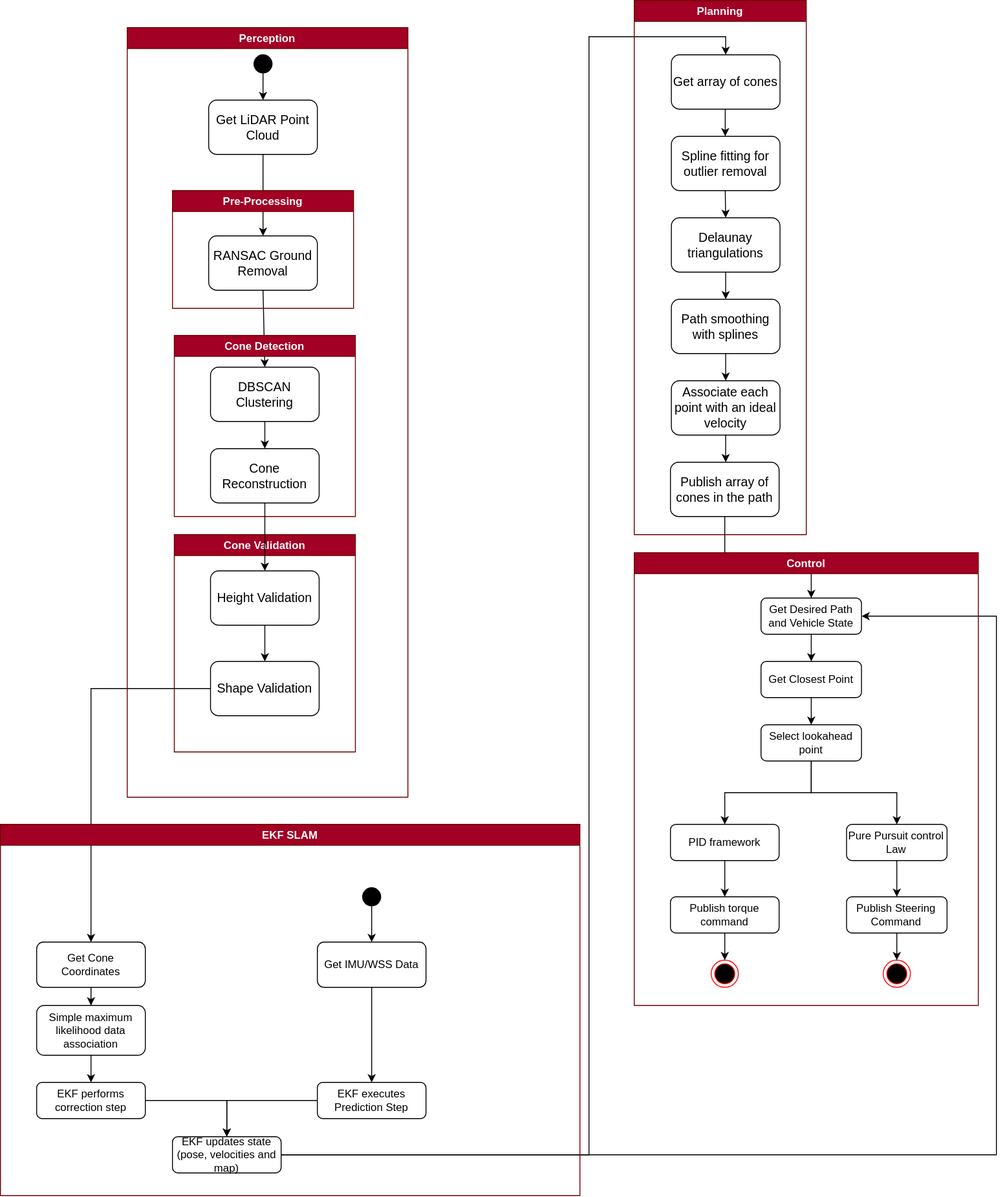
Before: docs/diagrams/full-control-flow.drawio.svg, a diagram exported from draw.io (fs-feup/autonomous-systems). Source tidied: cells renumbered, new cells last; positions are measured from the earlier drawing's top-left corner, leaving out a move shared by most shapes.
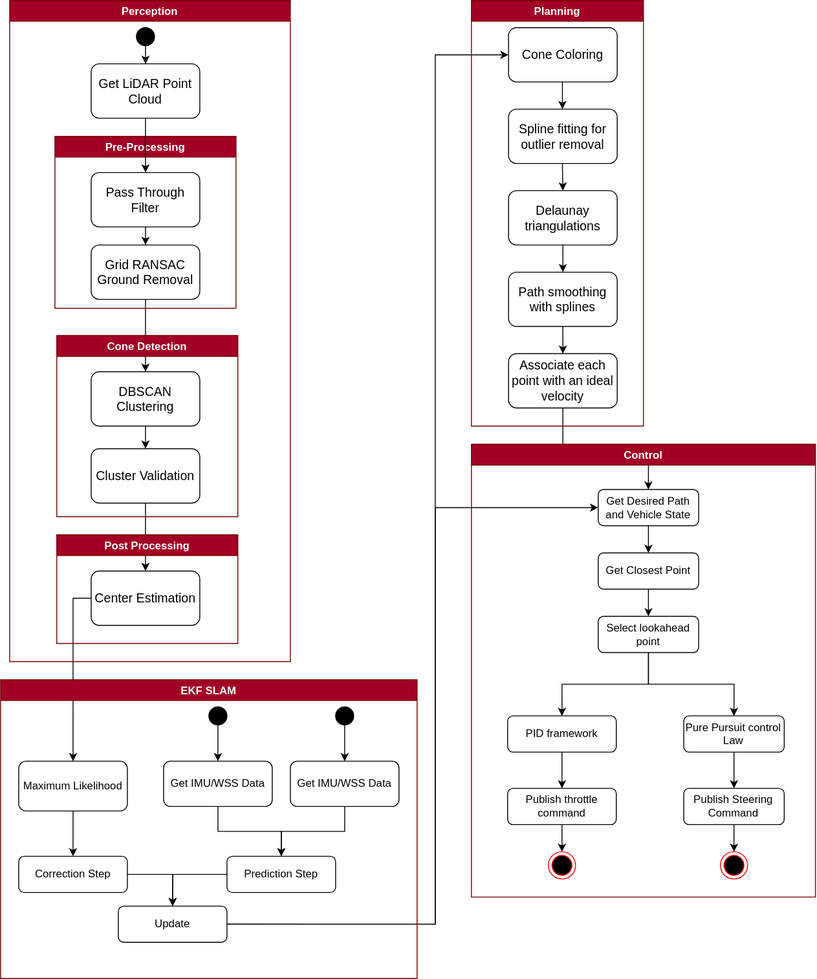
The same diagram one commit later.

Commit message:
fix: diagram updates and execution time metrics fix

Diff of the diagram source:
```diff
@@ -4,5 +4,2 @@
     <mxCell id="1" parent="0" />
-    <mxCell id="2" style="endArrow=classic;html=1;rounded=0;exitX=0.5;exitY=1;exitDx=0;exitDy=0;" parent="1" edge="1" source="4" target="42">
-      <mxGeometry relative="1" as="geometry" />
-    </mxCell>
     <mxCell id="3" style="endArrow=classic;html=1;rounded=0;exitX=0.5;exitY=1;exitDx=0;exitDy=0;entryX=0.5;entryY=0;entryDx=0;entryDy=0;" parent="1" edge="1" source="42" target="75">
@@ -10,50 +7,10 @@
     </mxCell>
-    <mxCell id="4" value="&lt;font style=&quot;font-size: 14px;&quot;&gt;Get LiDAR Point Cloud&lt;/font&gt;" style="rounded=1;whiteSpace=wrap;html=1;" parent="1" vertex="1">
-      <mxGeometry x="230" y="110" width="120" height="60" as="geometry" />
-    </mxCell>
-    <mxCell id="5" style="edgeStyle=orthogonalEdgeStyle;rounded=0;jettySize=auto;html=1;" parent="1" edge="1" source="6" target="4">
-      <mxGeometry relative="1" as="geometry" />
-    </mxCell>
-    <mxCell id="6" style="ellipse;whiteSpace=wrap;html=1;fillColor=#000000;" parent="1" vertex="1">
-      <mxGeometry x="280" y="60" width="20" height="20" as="geometry" />
-    </mxCell>
-    <mxCell id="7" style="edgeStyle=orthogonalEdgeStyle;rounded=0;jettySize=auto;html=1;entryX=0.5;entryY=0;entryDx=0;entryDy=0;" parent="1" edge="1" source="80" target="9">
+    <mxCell id="7" style="edgeStyle=orthogonalEdgeStyle;rounded=0;jettySize=auto;html=1;entryX=0.5;entryY=0;entryDx=0;entryDy=0;exitX=0;exitY=0.5;exitDx=0;exitDy=0;" parent="1" edge="1" source="79" target="15">
       <mxGeometry relative="1" as="geometry" />
     </mxCell>
-    <mxCell id="8" style="edgeStyle=orthogonalEdgeStyle;rounded=0;jettySize=auto;html=1;entryX=0.5;entryY=0;entryDx=0;entryDy=0;" parent="1" edge="1" source="9" target="15">
-      <mxGeometry relative="1" as="geometry" />
-    </mxCell>
-    <mxCell id="9" value="Get Cone Coordinates" style="rounded=1;whiteSpace=wrap;html=1;fontSize=12;glass=0;strokeWidth=1;shadow=0;" parent="1" vertex="1">
-      <mxGeometry x="40" y="1040" width="120" height="50" as="geometry" />
-    </mxCell>
-    <mxCell id="10" style="edgeStyle=orthogonalEdgeStyle;rounded=0;jettySize=auto;html=1;entryX=0.5;entryY=0;entryDx=0;entryDy=0;" parent="1" edge="1" source="11" target="13">
-      <mxGeometry relative="1" as="geometry" />
-    </mxCell>
-    <mxCell id="11" value="Get IMU/WSS Data" style="rounded=1;whiteSpace=wrap;html=1;fontSize=12;glass=0;strokeWidth=1;shadow=0;" parent="1" vertex="1">
-      <mxGeometry x="350" y="1040" width="120" height="50" as="geometry" />
-    </mxCell>
-    <mxCell id="12" style="edgeStyle=orthogonalEdgeStyle;rounded=0;jettySize=auto;html=1;entryX=0.5;entryY=0;entryDx=0;entryDy=0;" parent="1" edge="1" source="13" target="20">
-      <mxGeometry relative="1" as="geometry" />
-    </mxCell>
-    <mxCell id="13" value="EKF executes Prediction Step" style="rounded=1;whiteSpace=wrap;html=1;fontSize=12;glass=0;strokeWidth=1;shadow=0;" parent="1" vertex="1">
-      <mxGeometry x="350" y="1195" width="120" height="40" as="geometry" />
-    </mxCell>
-    <mxCell id="14" style="edgeStyle=orthogonalEdgeStyle;rounded=0;jettySize=auto;html=1;entryX=0.5;entryY=0;entryDx=0;entryDy=0;" parent="1" edge="1" source="15" target="17">
-      <mxGeometry relative="1" as="geometry" />
-    </mxCell>
-    <mxCell id="15" value="Simple maximum likelihood data association" style="rounded=1;whiteSpace=wrap;html=1;fontSize=12;glass=0;strokeWidth=1;shadow=0;" parent="1" vertex="1">
-      <mxGeometry x="40" y="1110" width="120" height="55" as="geometry" />
-    </mxCell>
-    <mxCell id="16" style="edgeStyle=orthogonalEdgeStyle;rounded=0;jettySize=auto;html=1;entryX=0.5;entryY=0;entryDx=0;entryDy=0;" parent="1" edge="1" source="17" target="20">
-      <mxGeometry relative="1" as="geometry" />
-    </mxCell>
-    <mxCell id="17" value="EKF performs correction step" style="rounded=1;whiteSpace=wrap;html=1;fontSize=12;glass=0;strokeWidth=1;shadow=0;" parent="1" vertex="1">
-      <mxGeometry x="40" y="1195" width="120" height="40" as="geometry" />
-    </mxCell>
-    <mxCell id="18" style="edgeStyle=orthogonalEdgeStyle;rounded=0;jettySize=auto;html=1;entryX=0.5;entryY=0;entryDx=0;entryDy=0;" parent="1" edge="1" source="20" target="34">
+    <mxCell id="18" style="edgeStyle=orthogonalEdgeStyle;rounded=0;jettySize=auto;html=1;entryX=0;entryY=0.5;entryDx=0;entryDy=0;" parent="1" edge="1" source="20" target="34">
       <mxGeometry relative="1" as="geometry">
         <Array as="points">
-          <mxPoint x="650" y="1275" />
-          <mxPoint x="650" y="40" />
-          <mxPoint x="801" y="40" />
+          <mxPoint x="660" y="1140" />
+          <mxPoint x="660" y="180" />
         </Array>
@@ -61,7 +18,7 @@
     </mxCell>
-    <mxCell id="19" style="edgeStyle=orthogonalEdgeStyle;rounded=0;jettySize=auto;html=1;entryX=1;entryY=0.5;entryDx=0;entryDy=0;" parent="1" edge="1" source="20" target="62">
+    <mxCell id="19" style="edgeStyle=orthogonalEdgeStyle;rounded=0;jettySize=auto;html=1;entryX=0;entryY=0.5;entryDx=0;entryDy=0;exitX=1;exitY=0.5;exitDx=0;exitDy=0;" parent="1" edge="1" source="20" target="62">
       <mxGeometry relative="1" as="geometry">
         <Array as="points">
-          <mxPoint x="1100" y="1275" />
-          <mxPoint x="1100" y="680" />
+          <mxPoint x="660" y="1140" />
+          <mxPoint x="660" y="680" />
         </Array>
@@ -69,14 +26,2 @@
     </mxCell>
-    <mxCell id="20" value="EKF updates state (pose, velocities and map)" style="rounded=1;whiteSpace=wrap;html=1;fontSize=12;glass=0;strokeWidth=1;shadow=0;" parent="1" vertex="1">
-      <mxGeometry x="190" y="1255" width="120" height="40" as="geometry" />
-    </mxCell>
-    <mxCell id="21" style="edgeStyle=orthogonalEdgeStyle;rounded=0;orthogonalLoop=1;jettySize=auto;html=1;exitX=0.5;exitY=1;exitDx=0;exitDy=0;" parent="1" edge="1" source="13" target="13">
-      <mxGeometry relative="1" as="geometry" />
-    </mxCell>
-    <mxCell id="22" style="edgeStyle=orthogonalEdgeStyle;rounded=0;jettySize=auto;html=1;entryX=0.5;entryY=0;entryDx=0;entryDy=0;" parent="1" edge="1" source="23" target="11">
-      <mxGeometry relative="1" as="geometry" />
-    </mxCell>
-    <mxCell id="23" style="ellipse;whiteSpace=wrap;html=1;fillColor=#000000;" parent="1" vertex="1">
-      <mxGeometry x="400" y="980" width="20" height="20" as="geometry" />
-    </mxCell>
     <mxCell id="24" style="ellipse;html=1;shape=endState;fillColor=#000000;strokeColor=#ff0000;" parent="1" vertex="1">
@@ -89,4 +34,4 @@
       <mxGeometry relative="1" as="geometry">
-        <mxPoint x="800.5" y="70" as="sourcePoint" />
-        <mxPoint x="800.5" y="150" as="targetPoint" />
+        <mxPoint x="800.5" y="160" as="sourcePoint" />
+        <mxPoint x="800.5" y="240" as="targetPoint" />
       </mxGeometry>
@@ -94,6 +39,6 @@
     <mxCell id="27" value="&lt;span style=&quot;font-size: 14px;&quot;&gt;Spline fitting for outlier removal&lt;/span&gt;" style="rounded=1;whiteSpace=wrap;html=1;" parent="1" vertex="1">
-      <mxGeometry x="741" y="150" width="120" height="60" as="geometry" />
+      <mxGeometry x="741" y="240" width="120" height="60" as="geometry" />
     </mxCell>
     <mxCell id="28" value="&lt;div style=&quot;font-size: 14px;&quot;&gt;Delaunay triangulations&lt;br&gt;&lt;/div&gt;" style="rounded=1;whiteSpace=wrap;html=1;" parent="1" vertex="1">
-      <mxGeometry x="741" y="240" width="120" height="60" as="geometry" />
+      <mxGeometry x="741" y="330" width="120" height="60" as="geometry" />
     </mxCell>
@@ -101,4 +46,4 @@
       <mxGeometry relative="1" as="geometry">
-        <mxPoint x="800.5" y="210" as="sourcePoint" />
-        <mxPoint x="801" y="240" as="targetPoint" />
+        <mxPoint x="800.5" y="300" as="sourcePoint" />
+        <mxPoint x="801" y="330" as="targetPoint" />
       </mxGeometry>
@@ -106,3 +51,3 @@
     <mxCell id="30" value="&lt;font style=&quot;font-size: 14px;&quot;&gt;Path smoothing with splines&lt;/font&gt;" style="rounded=1;whiteSpace=wrap;html=1;" parent="1" vertex="1">
-      <mxGeometry x="741" y="330" width="120" height="60" as="geometry" />
+      <mxGeometry x="741" y="420" width="120" height="60" as="geometry" />
     </mxCell>
@@ -111,4 +56,7 @@
     </mxCell>
+    <mxCell id="83" style="edgeStyle=orthogonalEdgeStyle;rounded=0;jettySize=auto;html=1;entryX=0.5;entryY=0;entryDx=0;entryDy=0;" parent="1" edge="1" source="32" target="62">
+      <mxGeometry relative="1" as="geometry" />
+    </mxCell>
     <mxCell id="32" value="&lt;font style=&quot;font-size: 14px;&quot;&gt;Associate each point with an ideal velocity&lt;/font&gt;" style="rounded=1;whiteSpace=wrap;html=1;" parent="1" vertex="1">
-      <mxGeometry x="741" y="420" width="120" height="60" as="geometry" />
+      <mxGeometry x="741" y="510" width="120" height="60" as="geometry" />
     </mxCell>
@@ -117,19 +65,7 @@
     </mxCell>
-    <mxCell id="34" value="&lt;font style=&quot;font-size: 14px;&quot;&gt;Get array of cones&lt;/font&gt;" style="rounded=1;whiteSpace=wrap;html=1;" parent="1" vertex="1">
-      <mxGeometry x="741" y="60" width="120" height="60" as="geometry" />
+    <mxCell id="34" value="&lt;font style=&quot;font-size: 14px;&quot;&gt;Cone Coloring&lt;/font&gt;" style="rounded=1;whiteSpace=wrap;html=1;" parent="1" vertex="1">
+      <mxGeometry x="741" y="150" width="120" height="60" as="geometry" />
     </mxCell>
-    <mxCell id="35" style="edgeStyle=orthogonalEdgeStyle;rounded=0;jettySize=auto;html=1;entryX=0.5;entryY=0;entryDx=0;entryDy=0;" parent="1" edge="1" source="36" target="62">
-      <mxGeometry relative="1" as="geometry" />
-    </mxCell>
-    <mxCell id="36" value="&lt;font style=&quot;font-size: 14px;&quot;&gt;Publish array of cones in the path&lt;/font&gt;" style="rounded=1;whiteSpace=wrap;html=1;" parent="1" vertex="1">
-      <mxGeometry x="740" y="510" width="120" height="60" as="geometry" />
-    </mxCell>
-    <mxCell id="37" style="endArrow=classic;html=1;rounded=0;" parent="1" edge="1">
-      <mxGeometry relative="1" as="geometry">
-        <mxPoint x="801" y="480" as="sourcePoint" />
-        <mxPoint x="801" y="510" as="targetPoint" />
-      </mxGeometry>
-    </mxCell>
     <mxCell id="38" value="Perception" style="swimlane;fillColor=#a20025;strokeColor=#6F0000;fontColor=#ffffff;" parent="1" vertex="1">
-      <mxGeometry x="140" y="30" width="310" height="850" as="geometry" />
+      <mxGeometry x="190" y="120" width="310" height="730" as="geometry" />
     </mxCell>
@@ -150,7 +86,13 @@
     </mxCell>
-    <mxCell id="42" value="&lt;div style=&quot;font-size: 14px;&quot;&gt;RANSAC Ground Removal&lt;/div&gt;" style="rounded=1;whiteSpace=wrap;html=1;" parent="38" vertex="1">
-      <mxGeometry x="90" y="230" width="120" height="60" as="geometry" />
-    </mxCell>
+    <mxCell id="6" style="ellipse;whiteSpace=wrap;html=1;fillColor=#000000;" parent="38" vertex="1">
+      <mxGeometry x="140" y="30" width="20" height="20" as="geometry" />
+    </mxCell>
+    <mxCell id="4" value="&lt;font style=&quot;font-size: 14px;&quot;&gt;Get LiDAR Point Cloud&lt;/font&gt;" style="rounded=1;whiteSpace=wrap;html=1;" parent="38" vertex="1">
+      <mxGeometry x="90" y="70" width="120" height="60" as="geometry" />
+    </mxCell>
+    <mxCell id="5" style="edgeStyle=orthogonalEdgeStyle;rounded=0;jettySize=auto;html=1;" parent="38" edge="1" source="6" target="4">
+      <mxGeometry relative="1" as="geometry" />
+    </mxCell>
     <mxCell id="43" value="EKF SLAM" style="swimlane;fillColor=#a20025;strokeColor=#6F0000;fontColor=#ffffff;" parent="1" vertex="1">
-      <mxGeometry y="910" width="640" height="410" as="geometry" />
+      <mxGeometry x="180" y="870" width="460" height="330" as="geometry" />
     </mxCell>
@@ -171,4 +113,52 @@
     </mxCell>
+    <mxCell id="14" style="edgeStyle=orthogonalEdgeStyle;rounded=0;jettySize=auto;html=1;entryX=0.5;entryY=0;entryDx=0;entryDy=0;" parent="43" edge="1" source="15" target="17">
+      <mxGeometry relative="1" as="geometry" />
+    </mxCell>
+    <mxCell id="15" value="Maximum Likelihood" style="rounded=1;whiteSpace=wrap;html=1;fontSize=12;glass=0;strokeWidth=1;shadow=0;" parent="43" vertex="1">
+      <mxGeometry x="20" y="90" width="120" height="55" as="geometry" />
+    </mxCell>
+    <mxCell id="16" style="edgeStyle=orthogonalEdgeStyle;rounded=0;jettySize=auto;html=1;entryX=0.5;entryY=0;entryDx=0;entryDy=0;exitX=1;exitY=0.5;exitDx=0;exitDy=0;" parent="43" edge="1" source="17" target="20">
+      <mxGeometry relative="1" as="geometry" />
+    </mxCell>
+    <mxCell id="17" value="Correction Step" style="rounded=1;whiteSpace=wrap;html=1;fontSize=12;glass=0;strokeWidth=1;shadow=0;" parent="43" vertex="1">
+      <mxGeometry x="20" y="195" width="120" height="40" as="geometry" />
+    </mxCell>
+    <mxCell id="13" value="Prediction Step" style="rounded=1;whiteSpace=wrap;html=1;fontSize=12;glass=0;strokeWidth=1;shadow=0;" parent="43" vertex="1">
+      <mxGeometry x="250" y="195" width="120" height="40" as="geometry" />
+    </mxCell>
+    <mxCell id="21" style="edgeStyle=orthogonalEdgeStyle;rounded=0;orthogonalLoop=1;jettySize=auto;html=1;exitX=0.5;exitY=1;exitDx=0;exitDy=0;" parent="43" edge="1" source="13" target="13">
+      <mxGeometry relative="1" as="geometry" />
+    </mxCell>
+    <mxCell id="84" style="edgeStyle=orthogonalEdgeStyle;rounded=0;jettySize=auto;html=1;entryX=0.5;entryY=0;entryDx=0;entryDy=0;" parent="43" edge="1" source="85" target="13">
+      <mxGeometry relative="1" as="geometry" />
+    </mxCell>
+    <mxCell id="20" value="Update" style="rounded=1;whiteSpace=wrap;html=1;fontSize=12;glass=0;strokeWidth=1;shadow=0;" parent="43" vertex="1">
+      <mxGeometry x="130" y="250" width="120" height="40" as="geometry" />
+    </mxCell>
+    <mxCell id="12" style="edgeStyle=orthogonalEdgeStyle;rounded=0;jettySize=auto;html=1;entryX=0.5;entryY=0;entryDx=0;entryDy=0;exitX=0;exitY=0.5;exitDx=0;exitDy=0;" parent="43" edge="1" source="13" target="20">
+      <mxGeometry relative="1" as="geometry" />
+    </mxCell>
+    <mxCell id="11" value="Get IMU/WSS Data" style="rounded=1;whiteSpace=wrap;html=1;fontSize=12;glass=0;strokeWidth=1;shadow=0;" parent="43" vertex="1">
+      <mxGeometry x="180" y="90" width="120" height="50" as="geometry" />
+    </mxCell>
+    <mxCell id="22" style="edgeStyle=orthogonalEdgeStyle;rounded=0;jettySize=auto;html=1;entryX=0.5;entryY=0;entryDx=0;entryDy=0;" parent="43" edge="1" source="23" target="11">
+      <mxGeometry relative="1" as="geometry" />
+    </mxCell>
+    <mxCell id="23" style="ellipse;whiteSpace=wrap;html=1;fillColor=#000000;" parent="43" vertex="1">
+      <mxGeometry x="230" y="30" width="20" height="20" as="geometry" />
+    </mxCell>
+    <mxCell id="10" style="edgeStyle=orthogonalEdgeStyle;rounded=0;jettySize=auto;html=1;entryX=0.5;entryY=0;entryDx=0;entryDy=0;" parent="43" edge="1" source="11" target="13">
+      <mxGeometry relative="1" as="geometry" />
+    </mxCell>
+    <mxCell id="85" value="Get IMU/WSS Data" style="rounded=1;whiteSpace=wrap;html=1;fontSize=12;glass=0;strokeWidth=1;shadow=0;" parent="43" vertex="1">
+      <mxGeometry x="320" y="90" width="120" height="50" as="geometry" />
+    </mxCell>
+    <mxCell id="86" style="edgeStyle=orthogonalEdgeStyle;rounded=0;jettySize=auto;html=1;" parent="43" edge="1" source="87" target="85">
+      <mxGeometry relative="1" as="geometry" />
+    </mxCell>
+    <mxCell id="87" style="ellipse;whiteSpace=wrap;html=1;fillColor=#000000;" parent="43" vertex="1">
+      <mxGeometry x="370" y="30" width="20" height="20" as="geometry" />
+    </mxCell>
     <mxCell id="47" value="Planning" style="swimlane;fillColor=#a20025;strokeColor=#6F0000;fontColor=#ffffff;" parent="1" vertex="1">
-      <mxGeometry x="700" width="190" height="590" as="geometry" />
+      <mxGeometry x="700" y="120" width="190" height="470" as="geometry" />
     </mxCell>
@@ -222,3 +212,3 @@
     </mxCell>
-    <mxCell id="60" value="&lt;font style=&quot;font-size: 12px;&quot;&gt;Publish torque command&lt;/font&gt;" style="rounded=1;whiteSpace=wrap;html=1;" parent="51" vertex="1">
+    <mxCell id="60" value="&lt;font style=&quot;font-size: 12px;&quot;&gt;Publish throttle command&lt;/font&gt;" style="rounded=1;whiteSpace=wrap;html=1;" parent="51" vertex="1">
       <mxGeometry x="40" y="380" width="120" height="40" as="geometry" />
@@ -253,3 +243,3 @@
     <mxCell id="70" value="Pre-Processing" style="swimlane;fillColor=#a20025;strokeColor=#6F0000;fontColor=#ffffff;" parent="1" vertex="1">
-      <mxGeometry x="190" y="210" width="200" height="130" as="geometry" />
+      <mxGeometry x="240" y="270" width="200" height="190" as="geometry" />
     </mxCell>
@@ -260,4 +250,13 @@
     </mxCell>
+    <mxCell id="42" value="&lt;div style=&quot;font-size: 14px;&quot;&gt;Grid RANSAC Ground Removal&lt;/div&gt;" style="rounded=1;whiteSpace=wrap;html=1;" parent="70" vertex="1">
+      <mxGeometry x="40" y="120" width="120" height="60" as="geometry" />
+    </mxCell>
+    <mxCell id="88" style="edgeStyle=orthogonalEdgeStyle;rounded=0;jettySize=auto;html=1;entryX=0.5;entryY=0;entryDx=0;entryDy=0;" parent="70" edge="1" source="89" target="42">
+      <mxGeometry relative="1" as="geometry" />
+    </mxCell>
+    <mxCell id="89" value="&lt;font style=&quot;font-size: 14px;&quot;&gt;Pass Through Filter&lt;/font&gt;" style="rounded=1;whiteSpace=wrap;html=1;" parent="70" vertex="1">
+      <mxGeometry x="40" y="40" width="120" height="60" as="geometry" />
+    </mxCell>
     <mxCell id="72" value="Cone Detection" style="swimlane;fillColor=#a20025;strokeColor=#6F0000;fontColor=#ffffff;" parent="1" vertex="1">
-      <mxGeometry x="192" y="370" width="200" height="200" as="geometry" />
+      <mxGeometry x="242" y="490" width="200" height="200" as="geometry" />
     </mxCell>
@@ -274,6 +273,6 @@
     <mxCell id="75" value="&lt;font style=&quot;font-size: 14px;&quot;&gt;DBSCAN Clustering&lt;/font&gt;" style="rounded=1;whiteSpace=wrap;html=1;" parent="72" vertex="1">
-      <mxGeometry x="40" y="35" width="120" height="60" as="geometry" />
+      <mxGeometry x="38" y="40" width="120" height="60" as="geometry" />
     </mxCell>
-    <mxCell id="76" value="&lt;font style=&quot;font-size: 14px;&quot;&gt;Cone Reconstruction&lt;/font&gt;" style="rounded=1;whiteSpace=wrap;html=1;" parent="72" vertex="1">
-      <mxGeometry x="40" y="125" width="120" height="60" as="geometry" />
+    <mxCell id="76" value="&lt;font style=&quot;font-size: 14px;&quot;&gt;Cluster Validation&lt;/font&gt;" style="rounded=1;whiteSpace=wrap;html=1;" parent="72" vertex="1">
+      <mxGeometry x="38" y="125" width="120" height="60" as="geometry" />
     </mxCell>
@@ -282,17 +281,14 @@
     </mxCell>
+    <mxCell id="82" style="edgeStyle=orthogonalEdgeStyle;rounded=0;jettySize=auto;html=1;entryX=0.5;entryY=0;entryDx=0;entryDy=0;" parent="1" edge="1" source="76" target="79">
+      <mxGeometry relative="1" as="geometry" />
+    </mxCell>
-    <mxCell id="78" value="Cone Validation" style="swimlane;fillColor=#a20025;strokeColor=#6F0000;fontColor=#ffffff;" parent="1" vertex="1">
-      <mxGeometry x="192" y="590" width="200" height="240" as="geometry" />
+    <mxCell id="78" value="Post Processing" style="swimlane;fillColor=#a20025;strokeColor=#6F0000;fontColor=#ffffff;" parent="1" vertex="1">
+      <mxGeometry x="242" y="710" width="200" height="120" as="geometry" />
     </mxCell>
-    <mxCell id="79" value="&lt;font style=&quot;font-size: 14px;&quot;&gt;Height Validation&lt;/font&gt;" style="rounded=1;whiteSpace=wrap;html=1;" parent="78" vertex="1">
-      <mxGeometry x="40" y="40" width="120" height="60" as="geometry" />
+    <mxCell id="79" value="&lt;font style=&quot;font-size: 14px;&quot;&gt;Center Estimation&lt;/font&gt;" style="rounded=1;whiteSpace=wrap;html=1;" parent="78" vertex="1">
+      <mxGeometry x="38" y="40" width="120" height="60" as="geometry" />
     </mxCell>
-    <mxCell id="80" value="&lt;font style=&quot;font-size: 14px;&quot;&gt;Shape Validation&lt;/font&gt;" style="rounded=1;whiteSpace=wrap;html=1;" parent="78" vertex="1">
-      <mxGeometry x="40" y="140" width="120" height="60" as="geometry" />
-    </mxCell>
-    <mxCell id="81" style="edgeStyle=orthogonalEdgeStyle;rounded=0;jettySize=auto;html=1;entryX=0.5;entryY=0;entryDx=0;entryDy=0;exitX=0.5;exitY=1;exitDx=0;exitDy=0;" parent="78" edge="1" source="79" target="80">
-      <mxGeometry relative="1" as="geometry" />
-    </mxCell>
-    <mxCell id="82" style="edgeStyle=orthogonalEdgeStyle;rounded=0;jettySize=auto;html=1;entryX=0.5;entryY=0;entryDx=0;entryDy=0;" parent="1" edge="1" source="76" target="79">
-      <mxGeometry relative="1" as="geometry" />
-    </mxCell>
+    <mxCell id="90" style="edgeStyle=orthogonalEdgeStyle;rounded=0;jettySize=auto;html=1;entryX=0.5;entryY=0;entryDx=0;entryDy=0;" parent="1" edge="1" source="4" target="89">
+      <mxGeometry relative="1" as="geometry" />
+    </mxCell>
   </root>
```
